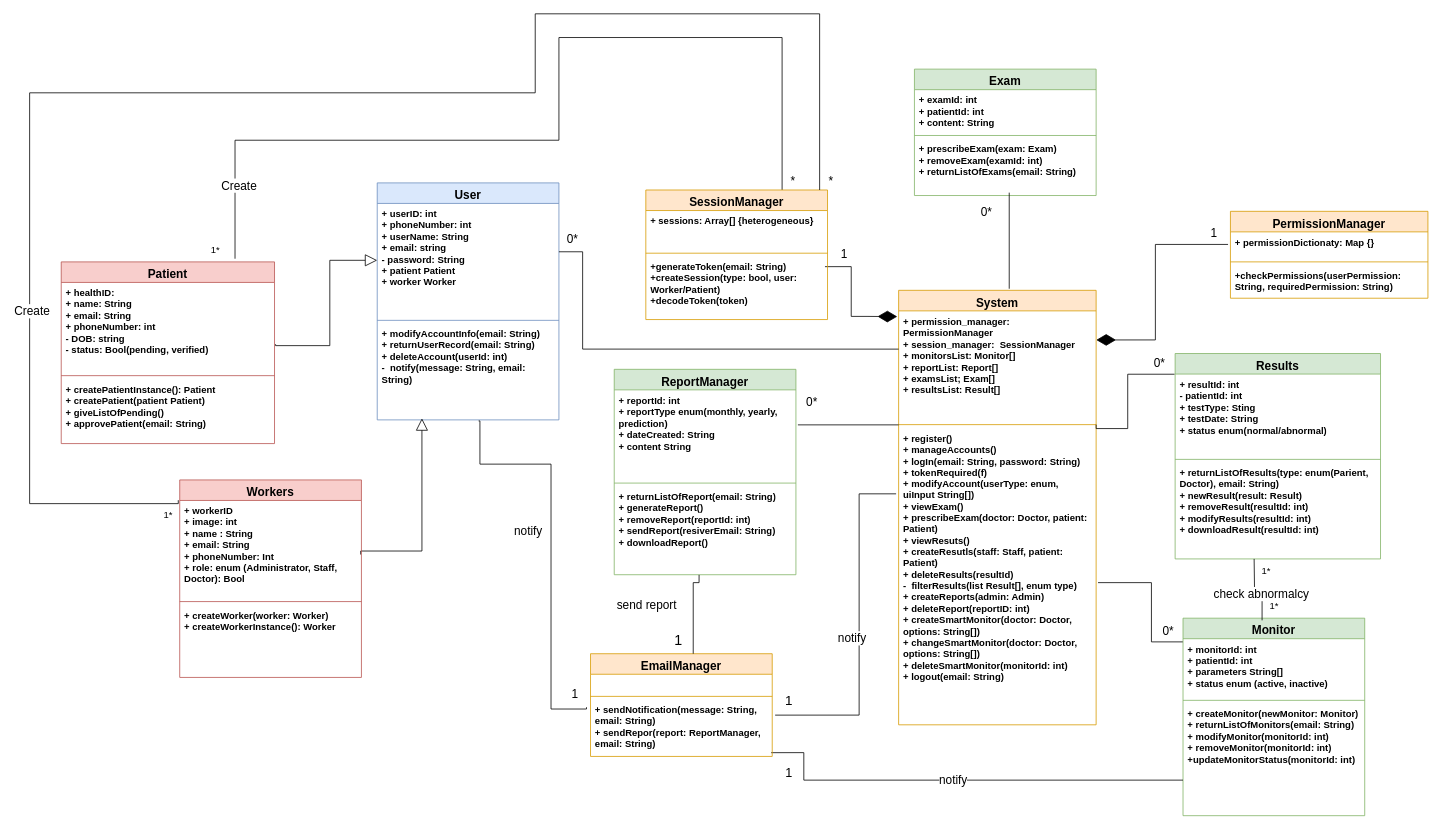
Above: Project_Documentation/class_design/3.1 Class Diagram.drawio in IndecentTulip/Online-Health-Monitoring-System (draw.io), before the change. Source tidied: cells renumbered, new cells numbered last; positions are measured from the earlier drawing's top-left corner, leaving out a move shared by most shapes. Both pictures are drawn from the tidied source at 79%, with x=0, y=0 at pixel (29, 13).
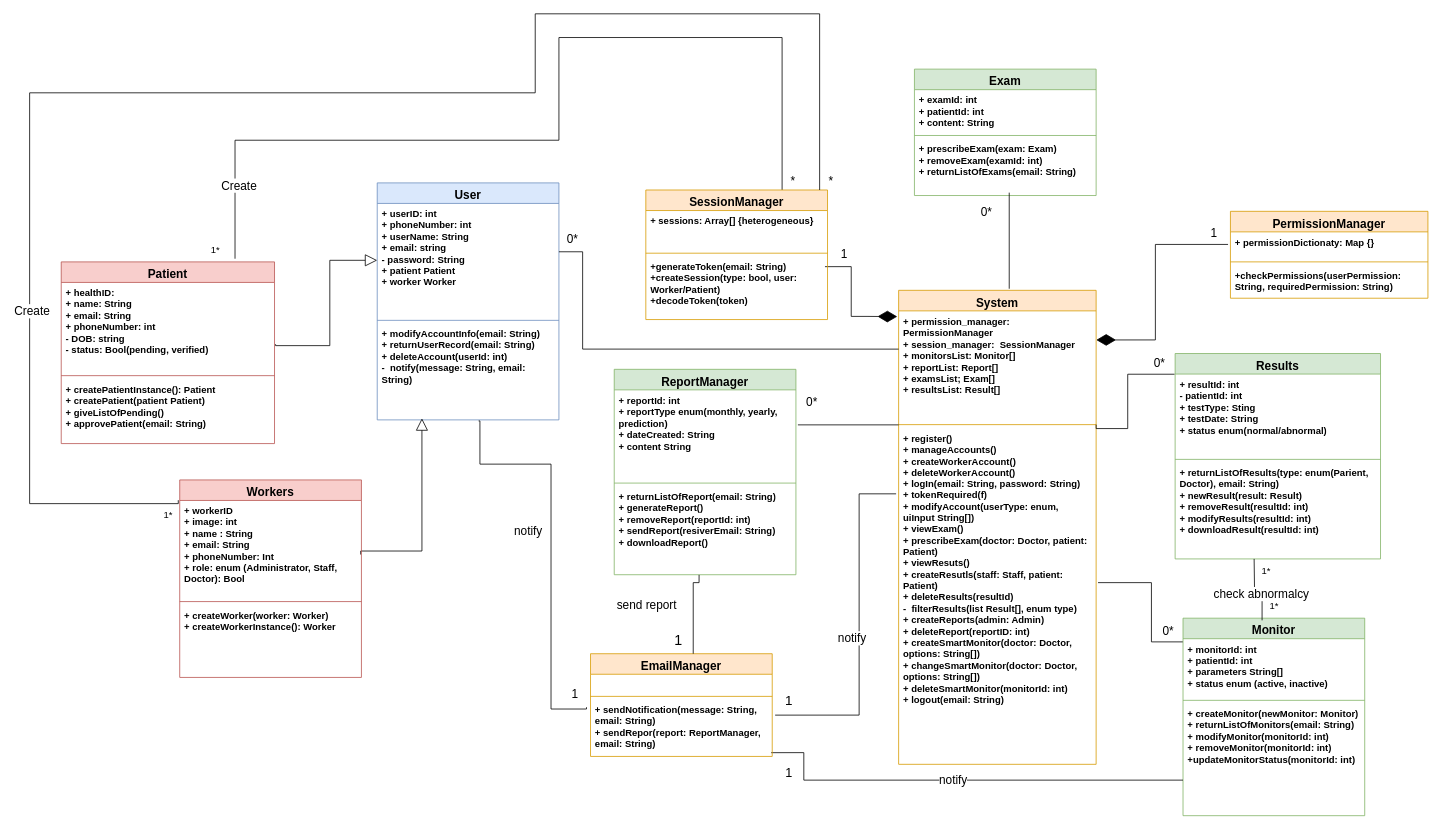
The same diagram, later.

Change to the diagram source:
```diff
@@
     <mxCell id="15" value="&lt;font style=&quot;font-size: 15px;&quot;&gt;System&lt;/font&gt;" style="swimlane;fontStyle=1;align=center;verticalAlign=top;horizontal=1;startSize=26;whiteSpace=wrap;html=1;fillColor=#ffe6cc;strokeColor=#d79b00;" parent="1" vertex="1">
-      <mxGeometry x="1100" y="350" width="250" height="550" as="geometry" />
+      <mxGeometry x="1100" y="350" width="250" height="600" as="geometry" />
     </mxCell>
@@
-    <mxCell id="18" value="+ register()&lt;br&gt;+ manageAccounts()&lt;br&gt;+ logIn(email: String, password: String)&lt;br&gt;&lt;div&gt;+ tokenRequired(f)&lt;br&gt;+ modifyAccount(userType: enum, uiInput String[])&lt;br&gt;+ viewExam()&lt;br&gt;+ prescribeExam(doctor: Doctor, patient: Patient)&lt;br&gt;&lt;/div&gt;&lt;div&gt;+ viewResuts()&lt;br&gt;+ createResutls(staff: Staff, patient: Patient)&lt;br&gt;+ deleteResults(resultId)&lt;/div&gt;&lt;div&gt;-&amp;nbsp; filterResults(list Result[], enum type)&lt;br&gt;&lt;/div&gt;&lt;div&gt;+ createReports(admin: Admin)&lt;/div&gt;&lt;div&gt;+ deleteReport(reportID: int)&lt;br&gt;+ createSmartMonitor(doctor: Doctor, options: String[])&lt;/div&gt;&lt;div&gt;+ changeSmartMonitor(doctor: Doctor, options: String[])&lt;/div&gt;&lt;div&gt;+ deleteSmartMonitor(monitorId: int)&lt;br&gt;&lt;/div&gt;&lt;div&gt;+ logout(email: String)&lt;br&gt;&lt;/div&gt;" style="text;strokeColor=none;fillColor=none;align=left;verticalAlign=top;spacingLeft=4;spacingRight=4;overflow=hidden;whiteSpace=wrap;html=1;fontStyle=1;" parent="15" vertex="1">
-      <mxGeometry y="174" width="250" height="376" as="geometry" />
+    <mxCell id="18" value="+ register()&lt;br&gt;+ manageAccounts()&lt;br&gt;+ createWorkerAccount()&lt;br&gt;+ deleteWorkerAccount()&lt;br&gt;+ logIn(email: String, password: String)&lt;br&gt;&lt;div&gt;+ tokenRequired(f)&lt;br&gt;+ modifyAccount(userType: enum, uiInput String[])&lt;br&gt;+ viewExam()&lt;br&gt;+ prescribeExam(doctor: Doctor, patient: Patient)&lt;br&gt;&lt;/div&gt;&lt;div&gt;+ viewResuts()&lt;br&gt;+ createResutls(staff: Staff, patient: Patient)&lt;br&gt;+ deleteResults(resultId)&lt;/div&gt;&lt;div&gt;-&amp;nbsp; filterResults(list Result[], enum type)&lt;br&gt;&lt;/div&gt;&lt;div&gt;+ createReports(admin: Admin)&lt;/div&gt;&lt;div&gt;+ deleteReport(reportID: int)&lt;br&gt;+ createSmartMonitor(doctor: Doctor, options: String[])&lt;/div&gt;&lt;div&gt;+ changeSmartMonitor(doctor: Doctor, options: String[])&lt;/div&gt;&lt;div&gt;+ deleteSmartMonitor(monitorId: int)&lt;br&gt;&lt;/div&gt;&lt;div&gt;+ logout(email: String)&lt;br&gt;&lt;/div&gt;" style="text;strokeColor=none;fillColor=none;align=left;verticalAlign=top;spacingLeft=4;spacingRight=4;overflow=hidden;whiteSpace=wrap;html=1;fontStyle=1;" parent="15" vertex="1">
+      <mxGeometry y="174" width="250" height="426" as="geometry" />
     </mxCell>
```
